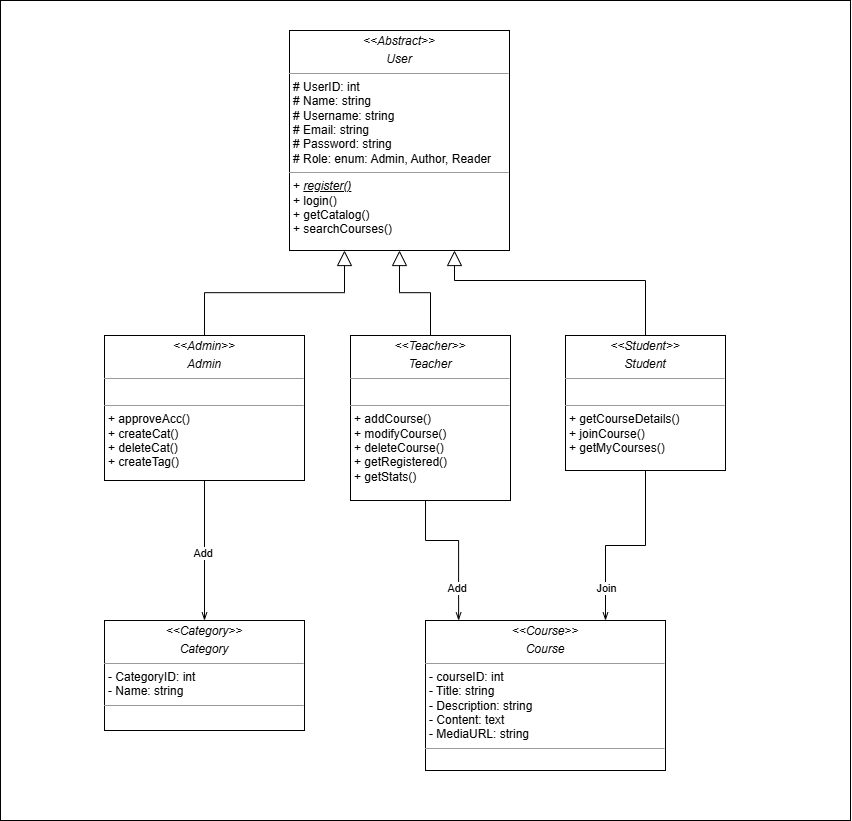
theshamkhi/Udemy keeps this draw.io diagram as diagrams/Class.png. Above is the earlier version. Source tidied: cells renumbered, new cells last; positions are measured from the earlier drawing's top-left corner, leaving out a move shared by most shapes.
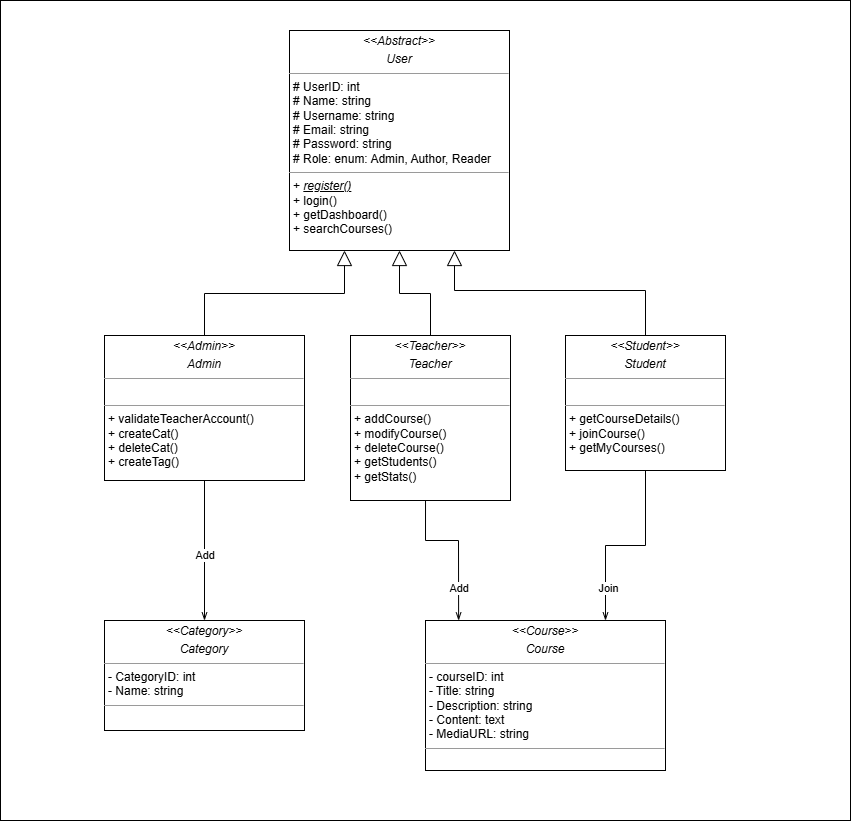
Later version of the same file.

Commit message:
Updated the Class diagram

What changed in the source:
```diff
@@ -11,7 +11,7 @@
     <mxCell id="4" value="&amp;nbsp;Add&amp;nbsp;" style="edgeLabel;html=1;align=center;verticalAlign=middle;" parent="3" vertex="1">
       <mxGeometry x="0.04" y="-1" relative="1" as="geometry" />
     </mxCell>
-    <mxCell id="5" value="&lt;p style=&quot;margin:0px;margin-top:4px;text-align:center;&quot;&gt;&lt;i&gt;&amp;lt;&amp;lt;Admin&amp;gt;&amp;gt;&lt;/i&gt;&lt;br&gt;&lt;/p&gt;&lt;p style=&quot;margin:0px;margin-top:4px;text-align:center;&quot;&gt;&lt;i&gt;Admin&lt;/i&gt;&lt;/p&gt;&lt;hr size=&quot;1&quot;&gt;&lt;p style=&quot;margin: 0px 0px 0px 4px;&quot;&gt;&lt;br&gt;&lt;/p&gt;&lt;hr size=&quot;1&quot;&gt;&lt;p style=&quot;margin:0px;margin-left:4px;&quot;&gt;&lt;span style=&quot;background-color: transparent; color: light-dark(rgb(0, 0, 0), rgb(255, 255, 255));&quot;&gt;+ approveAcc()&lt;/span&gt;&lt;/p&gt;&lt;p style=&quot;margin:0px;margin-left:4px;&quot;&gt;&lt;span style=&quot;background-color: transparent; color: light-dark(rgb(0, 0, 0), rgb(255, 255, 255));&quot;&gt;+ createCat()&lt;/span&gt;&lt;/p&gt;&lt;p style=&quot;margin:0px;margin-left:4px;&quot;&gt;+ deleteCat()&lt;/p&gt;&lt;p style=&quot;margin:0px;margin-left:4px;&quot;&gt;+ createTag()&lt;/p&gt;" style="verticalAlign=top;align=left;overflow=fill;fontSize=12;fontFamily=Helvetica;html=1;rounded=0;shadow=0;comic=0;labelBackgroundColor=none;strokeWidth=1;" parent="1" vertex="1">
+    <mxCell id="5" value="&lt;p style=&quot;margin:0px;margin-top:4px;text-align:center;&quot;&gt;&lt;i&gt;&amp;lt;&amp;lt;Admin&amp;gt;&amp;gt;&lt;/i&gt;&lt;br&gt;&lt;/p&gt;&lt;p style=&quot;margin:0px;margin-top:4px;text-align:center;&quot;&gt;&lt;i&gt;Admin&lt;/i&gt;&lt;/p&gt;&lt;hr size=&quot;1&quot;&gt;&lt;p style=&quot;margin: 0px 0px 0px 4px;&quot;&gt;&lt;br&gt;&lt;/p&gt;&lt;hr size=&quot;1&quot;&gt;&lt;p style=&quot;margin:0px;margin-left:4px;&quot;&gt;&lt;span style=&quot;background-color: transparent; color: light-dark(rgb(0, 0, 0), rgb(255, 255, 255));&quot;&gt;+&amp;nbsp;&lt;/span&gt;&lt;span style=&quot;background-color: transparent;&quot;&gt;validateTeacherAccount&lt;/span&gt;&lt;span style=&quot;background-color: transparent; color: light-dark(rgb(0, 0, 0), rgb(255, 255, 255));&quot;&gt;()&lt;/span&gt;&lt;/p&gt;&lt;p style=&quot;margin:0px;margin-left:4px;&quot;&gt;&lt;span style=&quot;background-color: transparent; color: light-dark(rgb(0, 0, 0), rgb(255, 255, 255));&quot;&gt;+ createCat()&lt;/span&gt;&lt;/p&gt;&lt;p style=&quot;margin:0px;margin-left:4px;&quot;&gt;+ deleteCat()&lt;/p&gt;&lt;p style=&quot;margin:0px;margin-left:4px;&quot;&gt;+ createTag()&lt;/p&gt;" style="verticalAlign=top;align=left;overflow=fill;fontSize=12;fontFamily=Helvetica;html=1;rounded=0;shadow=0;comic=0;labelBackgroundColor=none;strokeWidth=1;" parent="1" vertex="1">
       <mxGeometry x="104" y="335" width="200" height="145" as="geometry" />
     </mxCell>
     <mxCell id="6" style="edgeStyle=orthogonalEdgeStyle;rounded=0;orthogonalLoop=1;jettySize=auto;html=1;endArrow=openThin;endFill=0;entryX=0.25;entryY=0;entryDx=0;entryDy=0;exitX=0.637;exitY=0.995;exitDx=0;exitDy=0;exitPerimeter=0;" parent="1" edge="1">
@@ -24,13 +24,13 @@
         </Array>
       </mxGeometry>
     </mxCell>
-    <mxCell id="7" value="&lt;p style=&quot;margin:0px;margin-top:4px;text-align:center;&quot;&gt;&lt;i&gt;&amp;lt;&amp;lt;Teacher&amp;gt;&amp;gt;&lt;/i&gt;&lt;br&gt;&lt;/p&gt;&lt;p style=&quot;margin:0px;margin-top:4px;text-align:center;&quot;&gt;&lt;i&gt;Teacher&lt;/i&gt;&lt;/p&gt;&lt;hr size=&quot;1&quot;&gt;&lt;p style=&quot;margin:0px;margin-left:4px;&quot;&gt;&lt;br&gt;&lt;/p&gt;&lt;hr size=&quot;1&quot;&gt;&lt;p style=&quot;margin:0px;margin-left:4px;&quot;&gt;+ addCourse()&lt;/p&gt;&lt;p style=&quot;margin:0px;margin-left:4px;&quot;&gt;+ modifyCourse()&lt;/p&gt;&lt;p style=&quot;margin:0px;margin-left:4px;&quot;&gt;+ deleteCourse()&lt;/p&gt;&lt;p style=&quot;margin:0px;margin-left:4px;&quot;&gt;+ getRegistered()&lt;/p&gt;&lt;p style=&quot;margin:0px;margin-left:4px;&quot;&gt;+ getStats()&lt;/p&gt;" style="verticalAlign=top;align=left;overflow=fill;fontSize=12;fontFamily=Helvetica;html=1;rounded=0;shadow=0;comic=0;labelBackgroundColor=none;strokeWidth=1;" parent="1" vertex="1">
+    <mxCell id="7" value="&lt;p style=&quot;margin:0px;margin-top:4px;text-align:center;&quot;&gt;&lt;i&gt;&amp;lt;&amp;lt;Teacher&amp;gt;&amp;gt;&lt;/i&gt;&lt;br&gt;&lt;/p&gt;&lt;p style=&quot;margin:0px;margin-top:4px;text-align:center;&quot;&gt;&lt;i&gt;Teacher&lt;/i&gt;&lt;/p&gt;&lt;hr size=&quot;1&quot;&gt;&lt;p style=&quot;margin:0px;margin-left:4px;&quot;&gt;&lt;br&gt;&lt;/p&gt;&lt;hr size=&quot;1&quot;&gt;&lt;p style=&quot;margin:0px;margin-left:4px;&quot;&gt;+ addCourse()&lt;/p&gt;&lt;p style=&quot;margin:0px;margin-left:4px;&quot;&gt;+ modifyCourse()&lt;/p&gt;&lt;p style=&quot;margin:0px;margin-left:4px;&quot;&gt;+ deleteCourse()&lt;/p&gt;&lt;p style=&quot;margin:0px;margin-left:4px;&quot;&gt;+ getStudents()&lt;/p&gt;&lt;p style=&quot;margin:0px;margin-left:4px;&quot;&gt;+ getStats()&lt;/p&gt;" style="verticalAlign=top;align=left;overflow=fill;fontSize=12;fontFamily=Helvetica;html=1;rounded=0;shadow=0;comic=0;labelBackgroundColor=none;strokeWidth=1;" parent="1" vertex="1">
       <mxGeometry x="350" y="335" width="160" height="165" as="geometry" />
     </mxCell>
     <mxCell id="8" value="&lt;p style=&quot;margin:0px;margin-top:4px;text-align:center;&quot;&gt;&lt;i&gt;&amp;lt;&amp;lt;Student&amp;gt;&amp;gt;&lt;/i&gt;&lt;br&gt;&lt;/p&gt;&lt;p style=&quot;margin:0px;margin-top:4px;text-align:center;&quot;&gt;&lt;i&gt;Student&lt;/i&gt;&lt;/p&gt;&lt;hr size=&quot;1&quot;&gt;&lt;p style=&quot;margin:0px;margin-left:4px;&quot;&gt;&lt;br&gt;&lt;/p&gt;&lt;hr size=&quot;1&quot;&gt;&lt;p style=&quot;margin:0px;margin-left:4px;&quot;&gt;+ getCourseDetails()&lt;/p&gt;&lt;p style=&quot;margin:0px;margin-left:4px;&quot;&gt;+ joinCourse()&lt;/p&gt;&lt;p style=&quot;margin:0px;margin-left:4px;&quot;&gt;+ getMyCourses()&lt;/p&gt;" style="verticalAlign=top;align=left;overflow=fill;fontSize=12;fontFamily=Helvetica;html=1;rounded=0;shadow=0;comic=0;labelBackgroundColor=none;strokeWidth=1;" parent="1" vertex="1">
       <mxGeometry x="565" y="335" width="160" height="135" as="geometry" />
     </mxCell>
-    <mxCell id="9" value="&lt;p style=&quot;margin:0px;margin-top:4px;text-align:center;&quot;&gt;&lt;i&gt;&amp;lt;&amp;lt;Abstract&amp;gt;&amp;gt;&lt;/i&gt;&lt;br&gt;&lt;/p&gt;&lt;p style=&quot;margin:0px;margin-top:4px;text-align:center;&quot;&gt;&lt;i&gt;User&lt;/i&gt;&lt;/p&gt;&lt;hr size=&quot;1&quot;&gt;&lt;p style=&quot;margin: 0px 0px 0px 4px;&quot;&gt;# UserID: int&lt;br&gt;# Name: string&lt;/p&gt;&lt;p style=&quot;margin: 0px 0px 0px 4px;&quot;&gt;# Username: string&lt;/p&gt;&lt;p style=&quot;margin: 0px 0px 0px 4px;&quot;&gt;# Email: string&lt;/p&gt;&lt;p style=&quot;margin: 0px 0px 0px 4px;&quot;&gt;# Password: string&lt;/p&gt;&lt;p style=&quot;margin: 0px 0px 0px 4px;&quot;&gt;# Role: enum: Admin, Author, Reader&lt;/p&gt;&lt;hr size=&quot;1&quot;&gt;&lt;p style=&quot;margin: 0px 0px 0px 4px;&quot;&gt;&lt;span style=&quot;background-color: transparent; color: light-dark(rgb(0, 0, 0), rgb(255, 255, 255));&quot;&gt;+ &lt;u&gt;&lt;i&gt;register()&lt;/i&gt;&lt;/u&gt;&lt;/span&gt;&lt;/p&gt;&lt;p style=&quot;margin: 0px 0px 0px 4px;&quot;&gt;&lt;span style=&quot;background-color: transparent; color: light-dark(rgb(0, 0, 0), rgb(255, 255, 255));&quot;&gt;+ login()&lt;/span&gt;&lt;/p&gt;&lt;p style=&quot;margin: 0px 0px 0px 4px;&quot;&gt;+&amp;nbsp;getCatalog()&lt;/p&gt;&lt;p style=&quot;margin: 0px 0px 0px 4px;&quot;&gt;+&amp;nbsp;searchCourses()&lt;/p&gt;&lt;div&gt;&lt;br&gt;&lt;/div&gt;" style="verticalAlign=top;align=left;overflow=fill;fontSize=12;fontFamily=Helvetica;html=1;rounded=0;shadow=0;comic=0;labelBackgroundColor=none;strokeWidth=1;" parent="1" vertex="1">
+    <mxCell id="9" value="&lt;p style=&quot;margin:0px;margin-top:4px;text-align:center;&quot;&gt;&lt;i&gt;&amp;lt;&amp;lt;Abstract&amp;gt;&amp;gt;&lt;/i&gt;&lt;br&gt;&lt;/p&gt;&lt;p style=&quot;margin:0px;margin-top:4px;text-align:center;&quot;&gt;&lt;i&gt;User&lt;/i&gt;&lt;/p&gt;&lt;hr size=&quot;1&quot;&gt;&lt;p style=&quot;margin: 0px 0px 0px 4px;&quot;&gt;# UserID: int&lt;br&gt;# Name: string&lt;/p&gt;&lt;p style=&quot;margin: 0px 0px 0px 4px;&quot;&gt;# Username: string&lt;/p&gt;&lt;p style=&quot;margin: 0px 0px 0px 4px;&quot;&gt;# Email: string&lt;/p&gt;&lt;p style=&quot;margin: 0px 0px 0px 4px;&quot;&gt;# Password: string&lt;/p&gt;&lt;p style=&quot;margin: 0px 0px 0px 4px;&quot;&gt;# Role: enum: Admin, Author, Reader&lt;/p&gt;&lt;hr size=&quot;1&quot;&gt;&lt;p style=&quot;margin: 0px 0px 0px 4px;&quot;&gt;&lt;span style=&quot;background-color: transparent; color: light-dark(rgb(0, 0, 0), rgb(255, 255, 255));&quot;&gt;+ &lt;u&gt;&lt;i&gt;register()&lt;/i&gt;&lt;/u&gt;&lt;/span&gt;&lt;/p&gt;&lt;p style=&quot;margin: 0px 0px 0px 4px;&quot;&gt;&lt;span style=&quot;background-color: transparent; color: light-dark(rgb(0, 0, 0), rgb(255, 255, 255));&quot;&gt;+ login()&lt;/span&gt;&lt;/p&gt;&lt;p style=&quot;margin: 0px 0px 0px 4px;&quot;&gt;+&amp;nbsp;getDashboard()&lt;/p&gt;&lt;p style=&quot;margin: 0px 0px 0px 4px;&quot;&gt;+&amp;nbsp;searchCourses()&lt;/p&gt;&lt;div&gt;&lt;br&gt;&lt;/div&gt;" style="verticalAlign=top;align=left;overflow=fill;fontSize=12;fontFamily=Helvetica;html=1;rounded=0;shadow=0;comic=0;labelBackgroundColor=none;strokeWidth=1;" parent="1" vertex="1">
       <mxGeometry x="289" y="30" width="220" height="220" as="geometry" />
     </mxCell>
     <mxCell id="10" value="&lt;p style=&quot;margin:0px;margin-top:4px;text-align:center;&quot;&gt;&lt;i&gt;&amp;lt;&amp;lt;&lt;/i&gt;&lt;i style=&quot;background-color: transparent; color: light-dark(rgb(0, 0, 0), rgb(255, 255, 255));&quot;&gt;Category&lt;/i&gt;&lt;i style=&quot;background-color: transparent; color: light-dark(rgb(0, 0, 0), rgb(255, 255, 255));&quot;&gt;&amp;gt;&amp;gt;&lt;/i&gt;&lt;/p&gt;&lt;p style=&quot;margin:0px;margin-top:4px;text-align:center;&quot;&gt;&lt;i style=&quot;background-color: transparent; color: light-dark(rgb(0, 0, 0), rgb(255, 255, 255));&quot;&gt;Category&lt;/i&gt;&lt;/p&gt;&lt;hr size=&quot;1&quot;&gt;&lt;p style=&quot;margin:0px;margin-left:4px;&quot;&gt;- CategoryID: int&lt;br&gt;- Name: string&lt;/p&gt;&lt;hr size=&quot;1&quot;&gt;&lt;p style=&quot;margin:0px;margin-left:4px;&quot;&gt;&lt;br&gt;&lt;/p&gt;" style="verticalAlign=top;align=left;overflow=fill;fontSize=12;fontFamily=Helvetica;html=1;rounded=0;shadow=0;comic=0;labelBackgroundColor=none;strokeWidth=1;" parent="1" vertex="1">
@@ -45,7 +45,7 @@
     <mxCell id="13" style="edgeStyle=elbowEdgeStyle;elbow=vertical;endArrow=block;html=1;curved=0;rounded=0;endSize=13;startSize=8;exitX=0.5;exitY=0;exitDx=0;exitDy=0;entryX=0.75;entryY=1;entryDx=0;entryDy=0;endFill=0;" parent="1" edge="1" source="8" target="9">
       <mxGeometry relative="1" as="geometry">
         <Array as="points">
-          <mxPoint x="550" y="280" />
+          <mxPoint x="550" y="290" />
         </Array>
       </mxGeometry>
     </mxCell>
```
